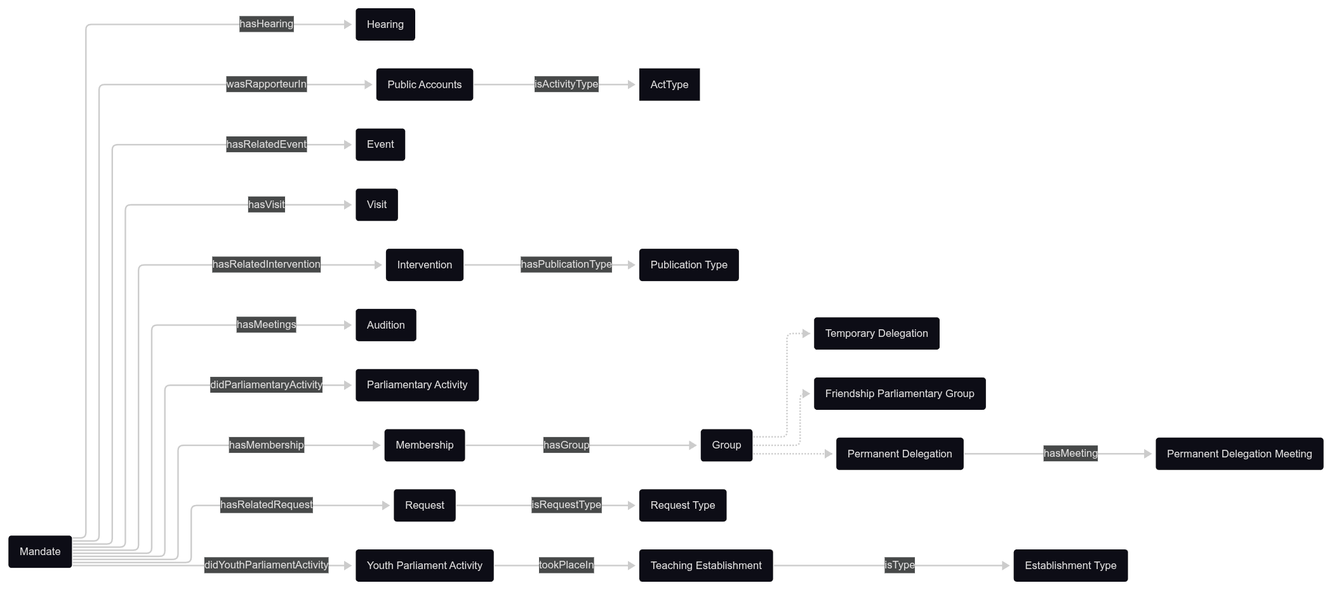
The Mermaid diagram OpenDataGOV-AP/DataModel/mp-activity/mp-activity.png in politrackpt/ontologies, before a commit. Its source is kept beside it as OpenDataGOV-AP/DataModel/mp-activity/mp-activity.mermaid.
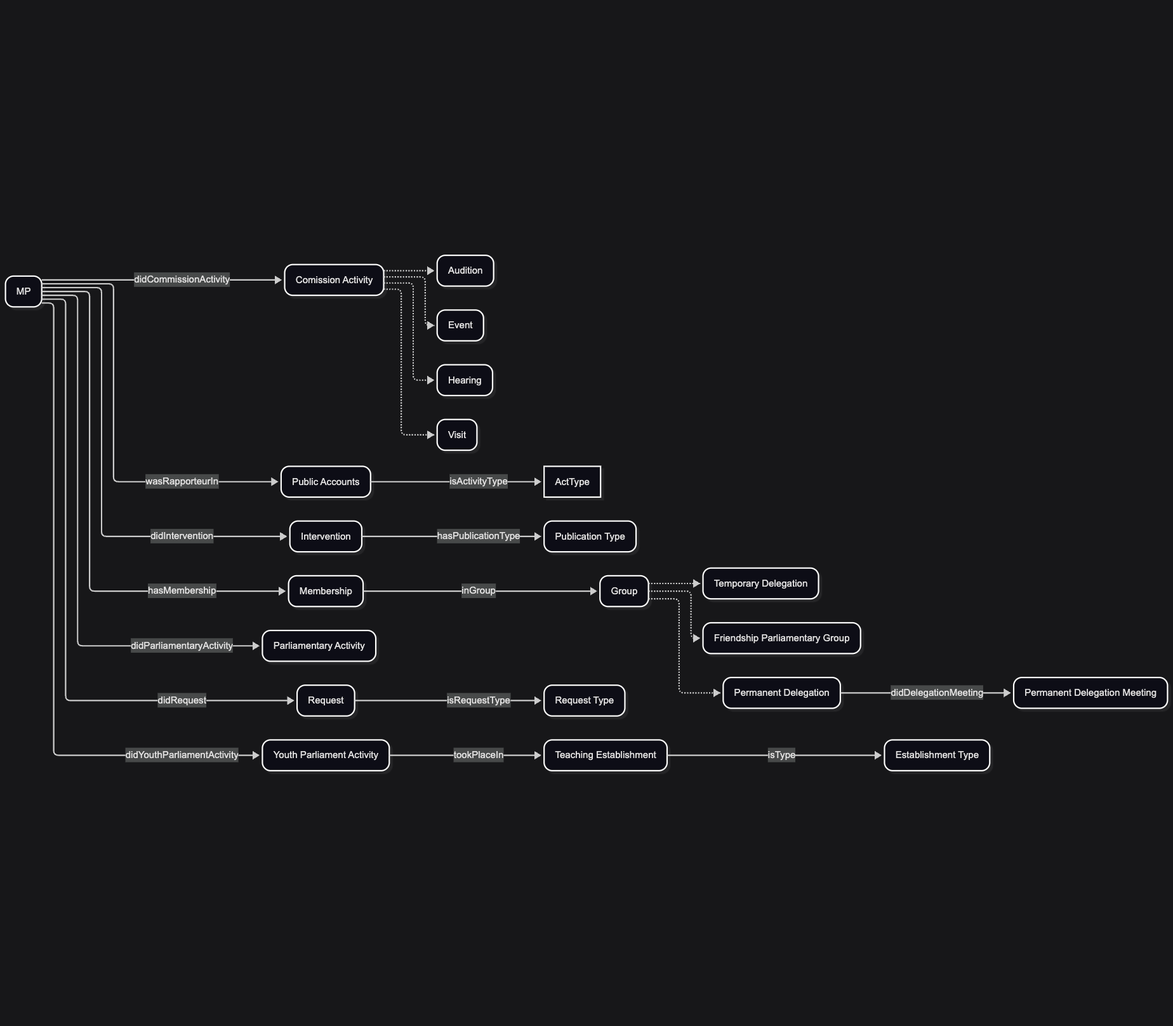
The same diagram one commit later.

Commit message:
AP: update mp-activity with commission activity class and change mandate to MP

The edit, as a diff of the source:
```diff
@@ -3,7 +3,7 @@
   layout: elk
 ---
 flowchart LR
-    Mandate("Mandate")
+    MP("MP")
     Req("Request")
     reqtype("Request Type")
     Interv("Intervention")
@@ -12,9 +12,9 @@
     PE("Public Accounts")
     Event("Event")
     Visit("Visit")
-    Meet("Audition")
+    Audition("Audition")
     Group("Group")
-    Hear("Hearing")
+    Hearing("Hearing")
     YPA("Youth Parliament Activity")
     TeaEs("Teaching Establishment")
     EsType("Establishment Type")
@@ -23,24 +23,26 @@
     DelP("Permanent Delegation")
     FPG("Friendship Parliamentary Group")
     DelPM("Permanent Delegation Meeting")
+    ComA("Comission Activity")
 
-    Mandate -- hasRelatedRequest --> Req
+    MP -- didCommissionActivity --> ComA
+    ComA -.-> Hearing
+    ComA -.-> Audition
+    ComA -.-> Event
+    ComA -.-> Visit
+    MP -- didRequest --> Req
     Req -- isRequestType --> reqtype
-    Mandate -- hasRelatedIntervention --> Interv
+    MP -- didIntervention --> Interv
     Interv -- hasPublicationType  --> PubType
-    Mandate -- didParliamentaryActivity --> PAct
-    Mandate -- wasRapporteurIn --> PE
+    MP -- didParliamentaryActivity --> PAct
+    MP -- wasRapporteurIn --> PE
     PE -- isActivityType --> ActType
-    Mandate -- hasRelatedEvent --> Event
-    Mandate -- hasVisit --> Visit
-    Mandate -- hasMeetings --> Meet
-    Mandate -- hasHearing --> Hear
-    Mandate -- didYouthParliamentActivity --> YPA
+    MP -- didYouthParliamentActivity --> YPA
     YPA -- tookPlaceIn --> TeaEs
     TeaEs -- isType --> EsType
-    Mandate -- hasMembership --> Mem
-    DelP -- hasMeeting --> DelPM
-    Mem -- hasGroup --> Group
+    MP -- hasMembership --> Mem
+    DelP -- didDelegationMeeting --> DelPM
+    Mem -- inGroup --> Group
     Group -.-> FPG
     Group -.-> DelE
     Group -.-> DelP
```
